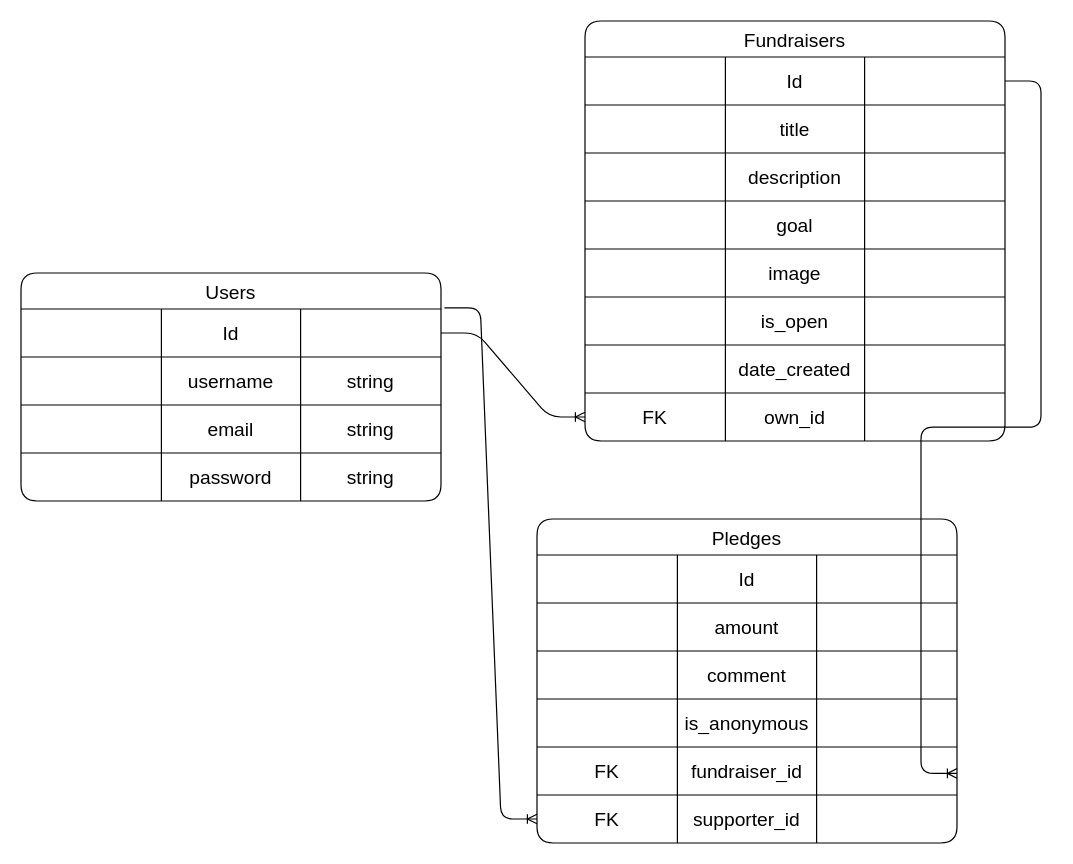
chelsea-murphy/crowdfunding_back_end keeps this draw.io diagram as schema.drawio. Above is the earlier version. Source tidied: cells renumbered, new cells numbered last; positions are measured from the earlier drawing's top-left corner, leaving out a move shared by most shapes. Both pictures are drawn from the tidied source at 120%, with x=0, y=0 at pixel (20, 20).
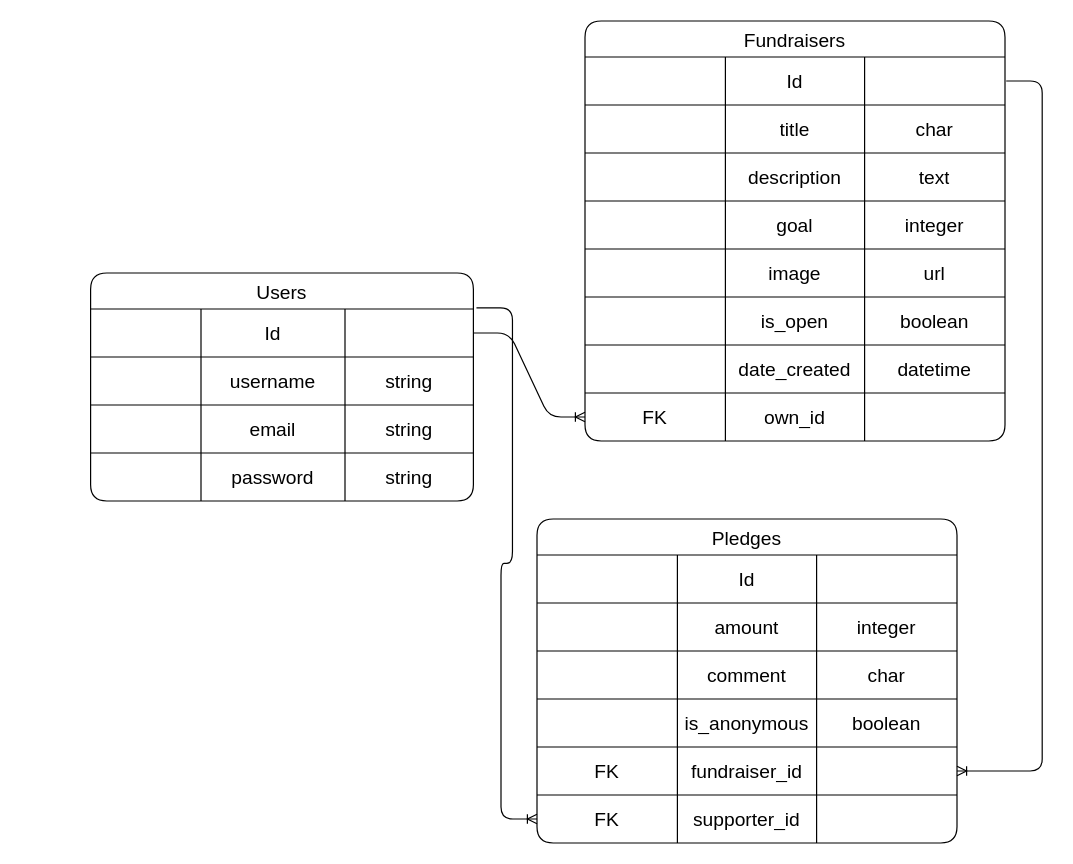
The same page after the edit.

Commit message (it also covers changes not shown here):
ReadMe Added DB Schema v2 and screenshot, Added Front End pages

Unchanged cells that the change refers to:
```xml
<mxCell id="20" style="shape=tableRow;horizontal=0;startSize=0;swimlaneHead=0;swimlaneBody=0;strokeColor=inherit;top=0;left=0;bottom=0;right=0;fillColor=none;points=[[0,0.5],[1,0.5]];portConstraint=eastwest;fontSize=16;" parent="19" vertex="1">
  <mxGeometry y="30" width="350" height="40" as="geometry" />
</mxCell>
<mxCell id="24" style="shape=tableRow;horizontal=0;startSize=0;swimlaneHead=0;swimlaneBody=0;strokeColor=inherit;top=0;left=0;bottom=0;right=0;fillColor=none;fontSize=16;" parent="19" vertex="1">
  <mxGeometry y="70" width="350" height="40" as="geometry" />
</mxCell>
<mxCell id="28" style="shape=tableRow;horizontal=0;startSize=0;swimlaneHead=0;swimlaneBody=0;strokeColor=inherit;top=0;left=0;bottom=0;right=0;fillColor=none;fontSize=16;" parent="19" vertex="1">
  <mxGeometry y="110" width="350" height="40" as="geometry" />
</mxCell>
<mxCell id="32" style="shape=tableRow;horizontal=0;startSize=0;swimlaneHead=0;swimlaneBody=0;strokeColor=inherit;top=0;left=0;bottom=0;right=0;fillColor=none;fontSize=16;" parent="19" vertex="1">
  <mxGeometry y="150" width="350" height="40" as="geometry" />
</mxCell>
<mxCell id="36" style="shape=tableRow;horizontal=0;startSize=0;swimlaneHead=0;swimlaneBody=0;strokeColor=inherit;top=0;left=0;bottom=0;right=0;fillColor=none;fontSize=16;" parent="19" vertex="1">
  <mxGeometry y="190" width="350" height="40" as="geometry" />
</mxCell>
<mxCell id="40" style="shape=tableRow;horizontal=0;startSize=0;swimlaneHead=0;swimlaneBody=0;strokeColor=inherit;top=0;left=0;bottom=0;right=0;fillColor=none;fontSize=16;" parent="19" vertex="1">
  <mxGeometry y="230" width="350" height="40" as="geometry" />
</mxCell>
<mxCell id="44" style="shape=tableRow;horizontal=0;startSize=0;swimlaneHead=0;swimlaneBody=0;strokeColor=inherit;top=0;left=0;bottom=0;right=0;fillColor=none;fontSize=16;" parent="19" vertex="1">
  <mxGeometry y="270" width="350" height="40" as="geometry" />
</mxCell>
<mxCell id="57" style="shape=tableRow;horizontal=0;startSize=0;swimlaneHead=0;swimlaneBody=0;strokeColor=inherit;top=0;left=0;bottom=0;right=0;fillColor=none;fontSize=16;" parent="52" vertex="1">
  <mxGeometry y="70" width="350" height="40" as="geometry" />
</mxCell>
<mxCell id="61" style="shape=tableRow;horizontal=0;startSize=0;swimlaneHead=0;swimlaneBody=0;strokeColor=inherit;top=0;left=0;bottom=0;right=0;fillColor=none;fontSize=16;" parent="52" vertex="1">
  <mxGeometry y="110" width="350" height="40" as="geometry" />
</mxCell>
<mxCell id="65" style="shape=tableRow;horizontal=0;startSize=0;swimlaneHead=0;swimlaneBody=0;strokeColor=inherit;top=0;left=0;bottom=0;right=0;fillColor=none;fontSize=16;" parent="52" vertex="1">
  <mxGeometry y="150" width="350" height="40" as="geometry" />
</mxCell>
<mxCell id="69" style="shape=tableRow;horizontal=0;startSize=0;swimlaneHead=0;swimlaneBody=0;strokeColor=inherit;top=0;left=0;bottom=0;right=0;fillColor=none;points=[[0,0.5],[1,0.5]];portConstraint=eastwest;fontSize=16;" parent="52" vertex="1">
  <mxGeometry y="190" width="350" height="40" as="geometry" />
</mxCell>
```

What changed in the source:
```diff
@@
     <mxCell id="2" value="Users" style="shape=table;startSize=30;childLayout=tableLayout;strokeColor=default;fontSize=16;rounded=1;" parent="1" vertex="1">
-      <mxGeometry y="210" width="350" height="190" as="geometry" />
+      <mxGeometry x="58" y="210" width="319" height="190" as="geometry" />
     </mxCell>
     <mxCell id="3" style="shape=tableRow;horizontal=0;startSize=0;swimlaneHead=0;swimlaneBody=0;strokeColor=inherit;top=0;left=0;bottom=0;right=0;fillColor=none;points=[[0,0.5],[1,0.5]];portConstraint=eastwest;fontSize=16;" parent="2" vertex="1">
-      <mxGeometry y="30" width="350" height="40" as="geometry" />
+      <mxGeometry y="30" width="319" height="40" as="geometry" />
     </mxCell>
     <mxCell id="4" style="shape=partialRectangle;html=1;whiteSpace=wrap;strokeColor=inherit;overflow=hidden;fillColor=none;top=0;left=0;bottom=0;right=0;fontSize=16;" parent="3" vertex="1">
-      <mxGeometry width="117" height="40" as="geometry" />
+      <mxGeometry width="92" height="40" as="geometry" />
     </mxCell>
     <mxCell id="5" value="Id" style="shape=partialRectangle;html=1;whiteSpace=wrap;strokeColor=inherit;overflow=hidden;fillColor=none;top=0;left=0;bottom=0;right=0;fontSize=16;" parent="3" vertex="1">
-      <mxGeometry x="117" width="116" height="40" as="geometry" />
+      <mxGeometry x="92" width="120" height="40" as="geometry" />
     </mxCell>
     <mxCell id="6" style="shape=partialRectangle;html=1;whiteSpace=wrap;strokeColor=inherit;overflow=hidden;fillColor=none;top=0;left=0;bottom=0;right=0;fontSize=16;" parent="3" vertex="1">
-      <mxGeometry x="233" width="117" height="40" as="geometry" />
+      <mxGeometry x="212" width="107" height="40" as="geometry" />
     </mxCell>
     <mxCell id="7" style="shape=tableRow;horizontal=0;startSize=0;swimlaneHead=0;swimlaneBody=0;strokeColor=inherit;top=0;left=0;bottom=0;right=0;fillColor=none;fontSize=16;" parent="2" vertex="1">
-      <mxGeometry y="70" width="350" height="40" as="geometry" />
+      <mxGeometry y="70" width="319" height="40" as="geometry" />
     </mxCell>
     <mxCell id="8" style="shape=partialRectangle;html=1;whiteSpace=wrap;strokeColor=inherit;overflow=hidden;fillColor=none;top=0;left=0;bottom=0;right=0;fontSize=16;" parent="7" vertex="1">
-      <mxGeometry width="117" height="40" as="geometry" />
+      <mxGeometry width="92" height="40" as="geometry" />
     </mxCell>
     <mxCell id="9" value="username" style="shape=partialRectangle;html=1;whiteSpace=wrap;strokeColor=inherit;overflow=hidden;fillColor=none;top=0;left=0;bottom=0;right=0;fontSize=16;" parent="7" vertex="1">
-      <mxGeometry x="117" width="116" height="40" as="geometry" />
+      <mxGeometry x="92" width="120" height="40" as="geometry" />
     </mxCell>
     <mxCell id="10" value="string" style="shape=partialRectangle;html=1;whiteSpace=wrap;strokeColor=inherit;overflow=hidden;fillColor=none;top=0;left=0;bottom=0;right=0;fontSize=16;" parent="7" vertex="1">
-      <mxGeometry x="233" width="117" height="40" as="geometry" />
+      <mxGeometry x="212" width="107" height="40" as="geometry" />
     </mxCell>
     <mxCell id="11" style="shape=tableRow;horizontal=0;startSize=0;swimlaneHead=0;swimlaneBody=0;strokeColor=inherit;top=0;left=0;bottom=0;right=0;fillColor=none;fontSize=16;" parent="2" vertex="1">
-      <mxGeometry y="110" width="350" height="40" as="geometry" />
+      <mxGeometry y="110" width="319" height="40" as="geometry" />
     </mxCell>
     <mxCell id="12" style="shape=partialRectangle;html=1;whiteSpace=wrap;strokeColor=inherit;overflow=hidden;fillColor=none;top=0;left=0;bottom=0;right=0;fontSize=16;" parent="11" vertex="1">
-      <mxGeometry width="117" height="40" as="geometry" />
+      <mxGeometry width="92" height="40" as="geometry" />
     </mxCell>
     <mxCell id="13" value="email" style="shape=partialRectangle;html=1;whiteSpace=wrap;strokeColor=inherit;overflow=hidden;fillColor=none;top=0;left=0;bottom=0;right=0;fontSize=16;" parent="11" vertex="1">
-      <mxGeometry x="117" width="116" height="40" as="geometry" />
+      <mxGeometry x="92" width="120" height="40" as="geometry" />
     </mxCell>
     <mxCell id="14" value="string" style="shape=partialRectangle;html=1;whiteSpace=wrap;strokeColor=inherit;overflow=hidden;fillColor=none;top=0;left=0;bottom=0;right=0;fontSize=16;" parent="11" vertex="1">
-      <mxGeometry x="233" width="117" height="40" as="geometry" />
+      <mxGeometry x="212" width="107" height="40" as="geometry" />
     </mxCell>
     <mxCell id="15" style="shape=tableRow;horizontal=0;startSize=0;swimlaneHead=0;swimlaneBody=0;strokeColor=inherit;top=0;left=0;bottom=0;right=0;fillColor=none;fontSize=16;" parent="2" vertex="1">
-      <mxGeometry y="150" width="350" height="40" as="geometry" />
+      <mxGeometry y="150" width="319" height="40" as="geometry" />
     </mxCell>
     <mxCell id="16" style="shape=partialRectangle;html=1;whiteSpace=wrap;strokeColor=inherit;overflow=hidden;fillColor=none;top=0;left=0;bottom=0;right=0;fontSize=16;" parent="15" vertex="1">
-      <mxGeometry width="117" height="40" as="geometry" />
+      <mxGeometry width="92" height="40" as="geometry" />
     </mxCell>
     <mxCell id="17" value="password" style="shape=partialRectangle;html=1;whiteSpace=wrap;strokeColor=inherit;overflow=hidden;fillColor=none;top=0;left=0;bottom=0;right=0;fontSize=16;" parent="15" vertex="1">
-      <mxGeometry x="117" width="116" height="40" as="geometry" />
+      <mxGeometry x="92" width="120" height="40" as="geometry" />
     </mxCell>
     <mxCell id="18" value="string" style="shape=partialRectangle;html=1;whiteSpace=wrap;strokeColor=inherit;overflow=hidden;fillColor=none;top=0;left=0;bottom=0;right=0;fontSize=16;" parent="15" vertex="1">
-      <mxGeometry x="233" width="117" height="40" as="geometry" />
+      <mxGeometry x="212" width="107" height="40" as="geometry" />
     </mxCell>
@@
-    <mxCell id="27" style="shape=partialRectangle;html=1;whiteSpace=wrap;strokeColor=inherit;overflow=hidden;fillColor=none;top=0;left=0;bottom=0;right=0;fontSize=16;" parent="24" vertex="1">
+    <mxCell id="27" value="char" style="shape=partialRectangle;html=1;whiteSpace=wrap;strokeColor=inherit;overflow=hidden;fillColor=none;top=0;left=0;bottom=0;right=0;fontSize=16;" parent="24" vertex="1">
       <mxGeometry x="233" width="117" height="40" as="geometry" />
     </mxCell>
@@
-    <mxCell id="31" style="shape=partialRectangle;html=1;whiteSpace=wrap;strokeColor=inherit;overflow=hidden;fillColor=none;top=0;left=0;bottom=0;right=0;fontSize=16;" parent="28" vertex="1">
+    <mxCell id="31" value="text" style="shape=partialRectangle;html=1;whiteSpace=wrap;strokeColor=inherit;overflow=hidden;fillColor=none;top=0;left=0;bottom=0;right=0;fontSize=16;" parent="28" vertex="1">
       <mxGeometry x="233" width="117" height="40" as="geometry" />
     </mxCell>
@@
-    <mxCell id="35" style="shape=partialRectangle;html=1;whiteSpace=wrap;strokeColor=inherit;overflow=hidden;fillColor=none;top=0;left=0;bottom=0;right=0;fontSize=16;" parent="32" vertex="1">
+    <mxCell id="35" value="integer" style="shape=partialRectangle;html=1;whiteSpace=wrap;strokeColor=inherit;overflow=hidden;fillColor=none;top=0;left=0;bottom=0;right=0;fontSize=16;" parent="32" vertex="1">
       <mxGeometry x="233" width="117" height="40" as="geometry" />
     </mxCell>
@@
-    <mxCell id="39" style="shape=partialRectangle;html=1;whiteSpace=wrap;strokeColor=inherit;overflow=hidden;fillColor=none;top=0;left=0;bottom=0;right=0;fontSize=16;" parent="36" vertex="1">
+    <mxCell id="39" value="url" style="shape=partialRectangle;html=1;whiteSpace=wrap;strokeColor=inherit;overflow=hidden;fillColor=none;top=0;left=0;bottom=0;right=0;fontSize=16;" parent="36" vertex="1">
       <mxGeometry x="233" width="117" height="40" as="geometry" />
     </mxCell>
@@
-    <mxCell id="43" style="shape=partialRectangle;html=1;whiteSpace=wrap;strokeColor=inherit;overflow=hidden;fillColor=none;top=0;left=0;bottom=0;right=0;fontSize=16;" parent="40" vertex="1">
+    <mxCell id="43" value="boolean" style="shape=partialRectangle;html=1;whiteSpace=wrap;strokeColor=inherit;overflow=hidden;fillColor=none;top=0;left=0;bottom=0;right=0;fontSize=16;" parent="40" vertex="1">
       <mxGeometry x="233" width="117" height="40" as="geometry" />
     </mxCell>
@@
-    <mxCell id="47" style="shape=partialRectangle;html=1;whiteSpace=wrap;strokeColor=inherit;overflow=hidden;fillColor=none;top=0;left=0;bottom=0;right=0;fontSize=16;" parent="44" vertex="1">
+    <mxCell id="47" value="datetime" style="shape=partialRectangle;html=1;whiteSpace=wrap;strokeColor=inherit;overflow=hidden;fillColor=none;top=0;left=0;bottom=0;right=0;fontSize=16;" parent="44" vertex="1">
       <mxGeometry x="233" width="117" height="40" as="geometry" />
     </mxCell>
@@
-    <mxCell id="60" style="shape=partialRectangle;html=1;whiteSpace=wrap;strokeColor=inherit;overflow=hidden;fillColor=none;top=0;left=0;bottom=0;right=0;fontSize=16;" parent="57" vertex="1">
+    <mxCell id="60" value="integer" style="shape=partialRectangle;html=1;whiteSpace=wrap;strokeColor=inherit;overflow=hidden;fillColor=none;top=0;left=0;bottom=0;right=0;fontSize=16;" parent="57" vertex="1">
       <mxGeometry x="233" width="117" height="40" as="geometry" />
     </mxCell>
@@
-    <mxCell id="64" style="shape=partialRectangle;html=1;whiteSpace=wrap;strokeColor=inherit;overflow=hidden;fillColor=none;top=0;left=0;bottom=0;right=0;fontSize=16;" parent="61" vertex="1">
+    <mxCell id="64" value="char" style="shape=partialRectangle;html=1;whiteSpace=wrap;strokeColor=inherit;overflow=hidden;fillColor=none;top=0;left=0;bottom=0;right=0;fontSize=16;" parent="61" vertex="1">
       <mxGeometry x="233" width="117" height="40" as="geometry" />
     </mxCell>
@@
-    <mxCell id="68" style="shape=partialRectangle;html=1;whiteSpace=wrap;strokeColor=inherit;overflow=hidden;fillColor=none;top=0;left=0;bottom=0;right=0;fontSize=16;" parent="65" vertex="1">
+    <mxCell id="68" value="boolean" style="shape=partialRectangle;html=1;whiteSpace=wrap;strokeColor=inherit;overflow=hidden;fillColor=none;top=0;left=0;bottom=0;right=0;fontSize=16;" parent="65" vertex="1">
       <mxGeometry x="233" width="117" height="40" as="geometry" />
     </mxCell>
@@
-    <mxCell id="78" style="edgeStyle=entityRelationEdgeStyle;fontSize=12;html=1;endArrow=ERoneToMany;exitX=1;exitY=0.5;exitDx=0;exitDy=0;" parent="1" edge="1" source="20">
+    <mxCell id="78" style="edgeStyle=entityRelationEdgeStyle;fontSize=12;html=1;endArrow=ERoneToMany;entryX=1;entryY=0.5;entryDx=0;entryDy=0;" parent="1" edge="1" target="69">
       <mxGeometry relative="1" as="geometry">
-        <mxPoint x="780" y="627" as="targetPoint" />
+        <mxPoint x="821" y="50" as="sourcePoint" />
         <Array as="points">
-          <mxPoint x="929.3" y="680" />
-          <mxPoint x="920" y="190" />
-          <mxPoint x="1009.3" y="360" />
-          <mxPoint x="890" y="500" />
-          <mxPoint x="880" y="340" />
-          <mxPoint x="900" y="370" />
-          <mxPoint x="870" y="480" />
-          <mxPoint x="1059.3" y="630" />
-          <mxPoint x="930" y="490" />
-          <mxPoint x="880" y="540" />
+          <mxPoint x="1107.3" y="680" />
+          <mxPoint x="1061" y="220" />
+          <mxPoint x="921" y="210" />
+          <mxPoint x="1198" y="220" />
+          <mxPoint x="1098" y="339" />
+          <mxPoint x="1178" y="350" />
+          <mxPoint x="1048" y="490" />
+          <mxPoint x="1148" y="210" />
+          <mxPoint x="1128" y="500" />
+          <mxPoint x="1098" y="190" />
+          <mxPoint x="1187.3" y="360" />
+          <mxPoint x="1068" y="500" />
+          <mxPoint x="1058" y="340" />
+          <mxPoint x="1078" y="370" />
+          <mxPoint x="1048" y="480" />
+          <mxPoint x="1237.3" y="630" />
+          <mxPoint x="1108" y="490" />
+          <mxPoint x="1058" y="540" />
         </Array>
       </mxGeometry>
     </mxCell>
```
